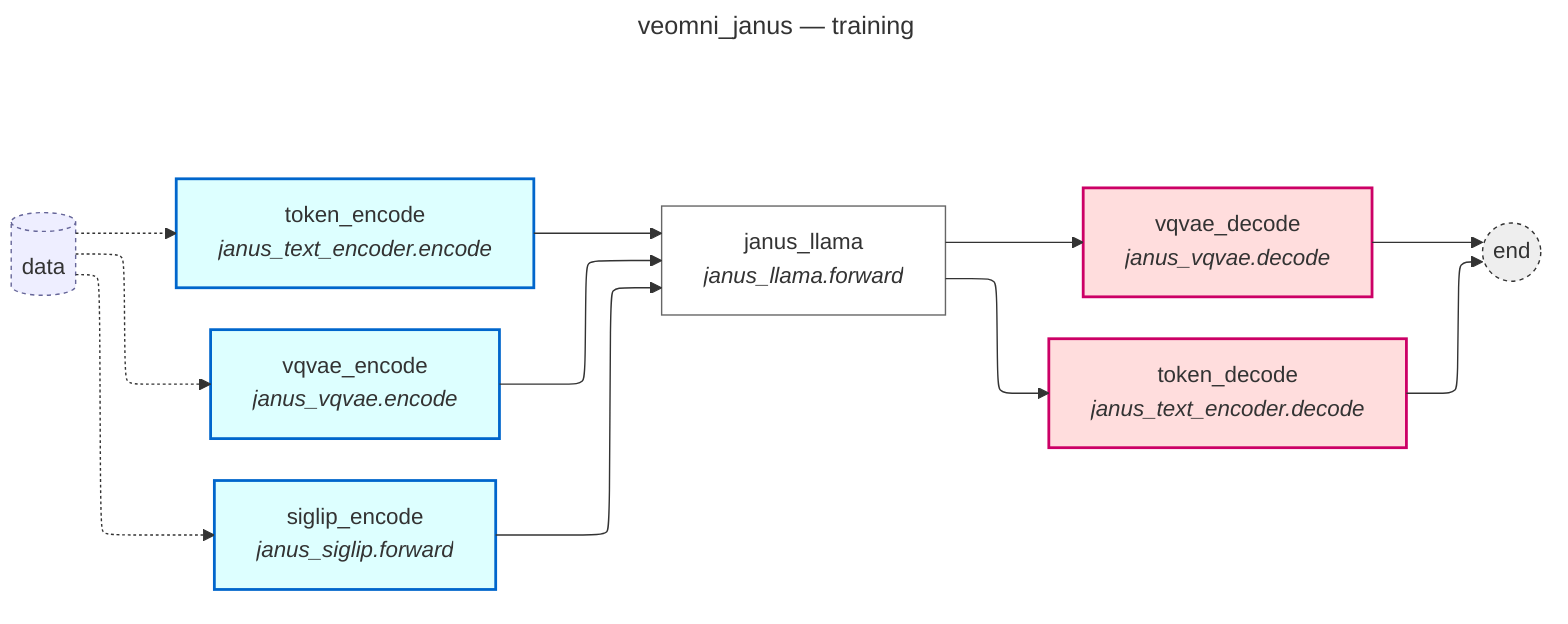
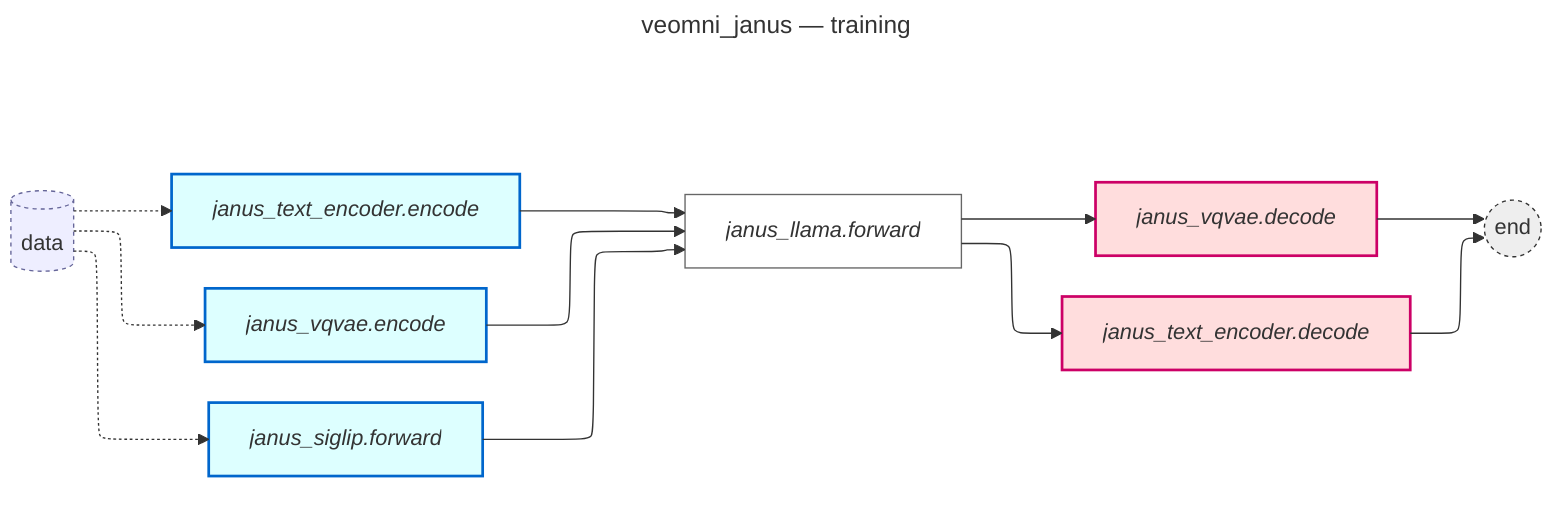
---
title: veomni_janus — training
---
%%{init: {'flowchart': {'defaultRenderer': 'elk'}}}%%
flowchart LR
    data[(data)]:::io
    subgraph col0 [ ]
        direction TB
-         siglip_encode["siglip_encode<br/><i>janus_siglip.forward</i>"]:::source
-         vqvae_encode["vqvae_encode<br/><i>janus_vqvae.encode</i>"]:::source
-         token_encode["token_encode<br/><i>janus_text_encoder.encode</i>"]:::source
+         janus_siglip_forward["<i>janus_siglip.forward</i>"]:::source
+         janus_vqvae_encode["<i>janus_vqvae.encode</i>"]:::source
+         janus_text_encoder_encode["<i>janus_text_encoder.encode</i>"]:::source
    end
    subgraph col1 [ ]
        direction TB
-         janus_llama["janus_llama<br/><i>janus_llama.forward</i>"]:::middle
+         janus_llama_forward["<i>janus_llama.forward</i>"]:::middle
    end
    subgraph col2 [ ]
        direction TB
-         token_decode["token_decode<br/><i>janus_text_encoder.decode</i>"]:::sink
-         vqvae_decode["vqvae_decode<br/><i>janus_vqvae.decode</i>"]:::sink
+         janus_text_encoder_decode["<i>janus_text_encoder.decode</i>"]:::sink
+         janus_vqvae_decode["<i>janus_vqvae.decode</i>"]:::sink
    end
    end_sink(("end")):::end_sink
-     data -.-> siglip_encode
-     data -.-> token_encode
-     data -.-> vqvae_encode
-     siglip_encode --> janus_llama
-     vqvae_encode --> janus_llama
-     token_encode --> janus_llama
-     janus_llama --> token_decode
-     janus_llama --> vqvae_decode
-     token_decode --> end_sink
-     vqvae_decode --> end_sink
+     data -.-> janus_siglip_forward
+     data -.-> janus_text_encoder_encode
+     data -.-> janus_vqvae_encode
+     janus_siglip_forward --> janus_llama_forward
+     janus_vqvae_encode --> janus_llama_forward
+     janus_text_encoder_encode --> janus_llama_forward
+     janus_llama_forward --> janus_text_encoder_decode
+     janus_llama_forward --> janus_vqvae_decode
+     janus_text_encoder_decode --> end_sink
+     janus_vqvae_decode --> end_sink
    style col0 fill:transparent,stroke:none
    style col1 fill:transparent,stroke:none
    style col2 fill:transparent,stroke:none
    classDef source fill:#dff,stroke:#06c,stroke-width:2px
    classDef sink fill:#fdd,stroke:#c06,stroke-width:2px
    classDef both fill:#efe,stroke:#693,stroke-width:2px
    classDef middle fill:#fff,stroke:#666
    classDef io fill:#eef,stroke:#669,stroke-dasharray:3 3
    classDef end_sink fill:#eee,stroke:#333,stroke-width:1px,stroke-dasharray:3 3
